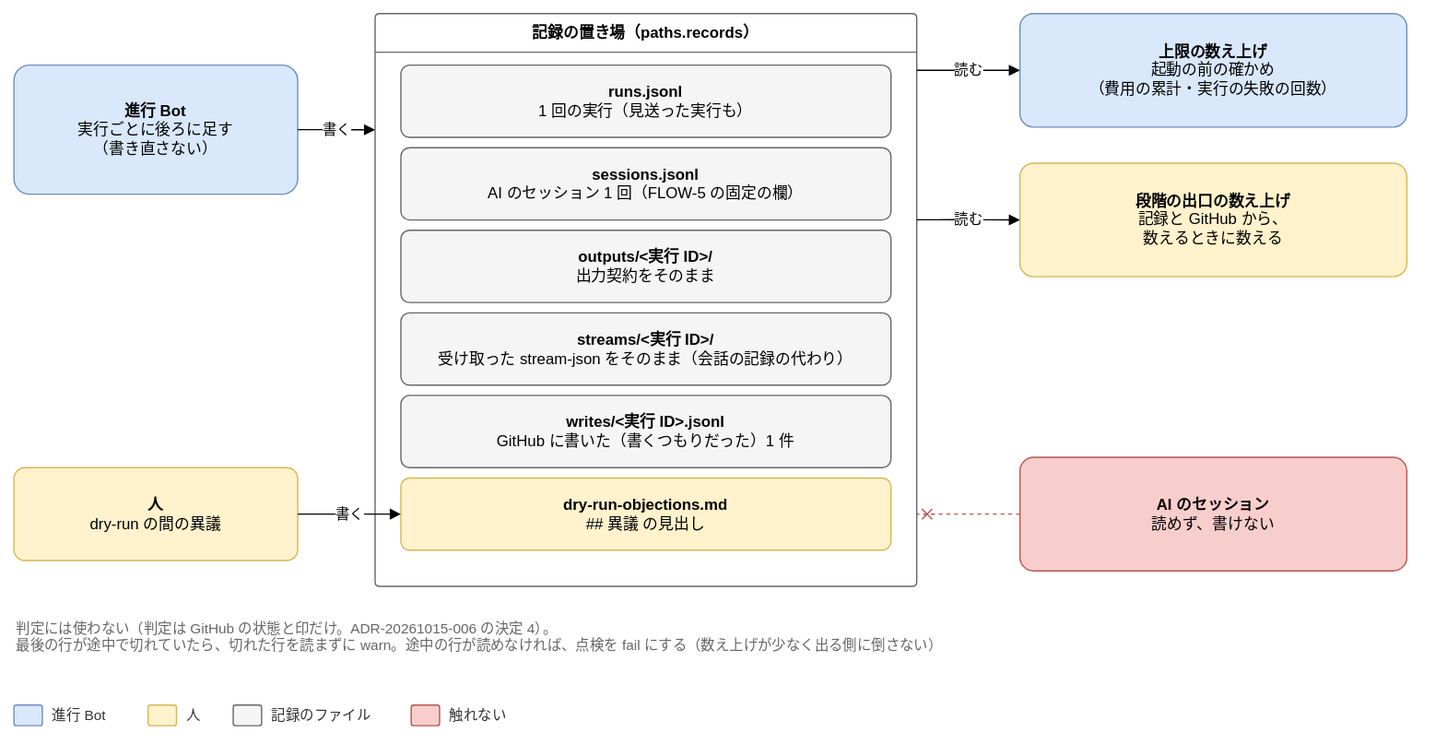
Joymerrevent/dev-autopilot keeps this draw.io diagram as docs/design/basic/diagrams/02-records.drawio.svg. Above is the earlier version. Source tidied: cells renumbered, new cells last; positions are measured from the earlier drawing's top-left corner, leaving out a move shared by most shapes.
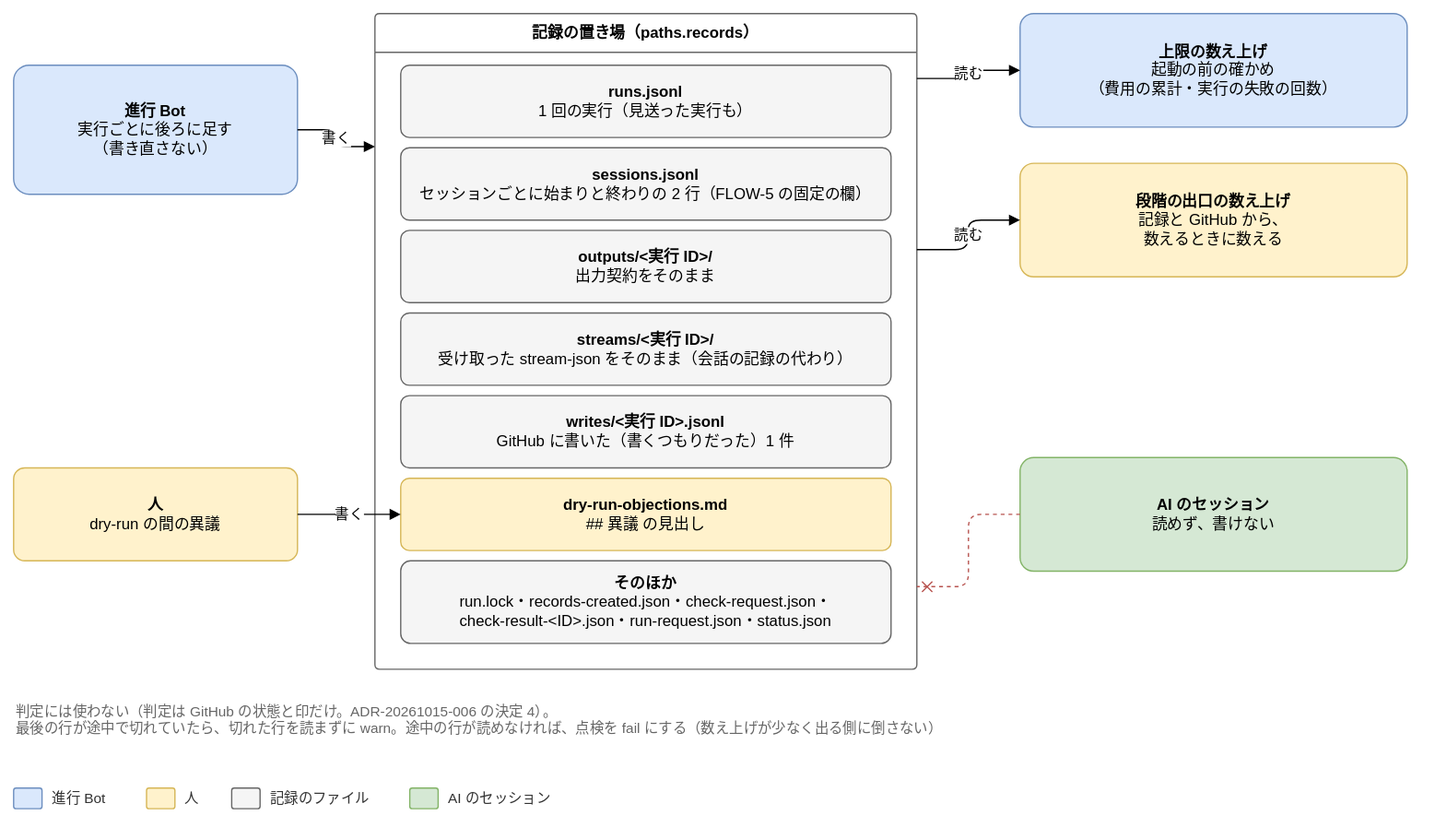
Later version of the same file.

Change to the diagram source:
```diff
@@ -9,12 +9,12 @@
       <mxGeometry y="352" width="220" height="72" as="geometry" />
     </mxCell>
     <mxCell id="4" value="記録の置き場（paths.records）" style="swimlane;startSize=30;html=1;whiteSpace=wrap;rounded=1;arcSize=4;fontStyle=1;fontSize=12;strokeColor=#666666;fillColor=none;swimlaneFillColor=none;" parent="1" vertex="1">
-      <mxGeometry x="280" width="420" height="444" as="geometry" />
+      <mxGeometry x="280" width="420" height="508" as="geometry" />
     </mxCell>
     <mxCell id="5" value="&lt;b&gt;runs.jsonl&lt;/b&gt;&lt;br&gt;1 回の実行（見送った実行も）" style="rounded=1;whiteSpace=wrap;html=1;fontSize=12;arcSize=12;spacing=12;fillColor=#f5f5f5;strokeColor=#666666;" parent="1" vertex="1">
       <mxGeometry x="300" y="40" width="380" height="56" as="geometry" />
     </mxCell>
-    <mxCell id="6" value="&lt;b&gt;sessions.jsonl&lt;/b&gt;&lt;br&gt;AI のセッション 1 回（FLOW-5 の固定の欄）" style="rounded=1;whiteSpace=wrap;html=1;fontSize=12;arcSize=12;spacing=12;fillColor=#f5f5f5;strokeColor=#666666;" parent="1" vertex="1">
+    <mxCell id="6" value="&lt;b&gt;sessions.jsonl&lt;/b&gt;&lt;br&gt;セッションごとに始まりと終わりの 2 行（FLOW-5 の固定の欄）" style="rounded=1;whiteSpace=wrap;html=1;fontSize=12;arcSize=12;spacing=12;fillColor=#f5f5f5;strokeColor=#666666;" parent="1" vertex="1">
       <mxGeometry x="300" y="104" width="380" height="56" as="geometry" />
     </mxCell>
     <mxCell id="7" value="&lt;b&gt;outputs/&amp;lt;実行 ID&amp;gt;/&lt;/b&gt;&lt;br&gt;出力契約をそのまま" style="rounded=1;whiteSpace=wrap;html=1;fontSize=12;arcSize=12;spacing=12;fillColor=#f5f5f5;strokeColor=#666666;" parent="1" vertex="1">
@@ -41,7 +41,7 @@
     <mxCell id="14" value="&lt;b&gt;段階の出口の数え上げ&lt;/b&gt;&lt;br&gt;記録と GitHub から、&lt;br&gt;数えるときに数える" style="rounded=1;whiteSpace=wrap;html=1;fontSize=12;arcSize=12;spacing=12;fillColor=#fff2cc;strokeColor=#d6b656;" parent="1" vertex="1">
       <mxGeometry x="780" y="116" width="300" height="88" as="geometry" />
     </mxCell>
-    <mxCell id="15" value="&lt;b&gt;AI のセッション&lt;/b&gt;&lt;br&gt;読めず、書けない" style="rounded=1;whiteSpace=wrap;html=1;fontSize=12;arcSize=12;spacing=12;fillColor=#f8cecc;strokeColor=#b85450;" parent="1" vertex="1">
+    <mxCell id="15" value="&lt;b&gt;AI のセッション&lt;/b&gt;&lt;br&gt;読めず、書けない" style="rounded=1;whiteSpace=wrap;html=1;fontSize=12;arcSize=12;spacing=12;fillColor=#d5e8d4;strokeColor=#82b366;" parent="1" vertex="1">
       <mxGeometry x="780" y="344" width="300" height="88" as="geometry" />
     </mxCell>
     <mxCell id="16" value="読む" style="edgeStyle=orthogonalEdgeStyle;rounded=1;html=1;endArrow=block;endFill=1;fontSize=11;labelBackgroundColor=#ffffff;exitX=1;exitY=0.099;exitDx=0;exitDy=0;entryX=0;entryY=0.5;entryDx=0;entryDy=0;" parent="1" edge="1" source="4" target="13">
@@ -54,31 +54,34 @@
       <mxGeometry relative="1" as="geometry" />
     </mxCell>
     <mxCell id="19" value="判定には使わない（判定は GitHub の状態と印だけ。ADR-20261015-006 の決定 4）。&lt;br&gt;最後の行が途中で切れていたら、切れた行を読まずに warn。途中の行が読めなければ、点検を fail にする（数え上げが少なく出る側に倒さない）" style="text;html=1;whiteSpace=wrap;align=left;verticalAlign=top;fontSize=11;fontColor=#666666;" parent="1" vertex="1">
-      <mxGeometry y="464" width="1080" height="54" as="geometry" />
+      <mxGeometry y="528" width="1080" height="54" as="geometry" />
     </mxCell>
+    <mxCell id="28" value="&lt;b&gt;そのほか&lt;/b&gt;&lt;br&gt;run.lock・records-created.json・check-request.json・&lt;br&gt;check-result-&amp;lt;ID&amp;gt;.json・run-request.json・status.json" style="rounded=1;whiteSpace=wrap;html=1;fontSize=12;arcSize=12;spacing=12;fillColor=#f5f5f5;strokeColor=#666666;" parent="1" vertex="1">
+      <mxGeometry x="300" y="424" width="380" height="64" as="geometry" />
+    </mxCell>
     <mxCell id="20" style="rounded=1;whiteSpace=wrap;html=1;fontSize=12;arcSize=12;spacing=12;fillColor=#dae8fc;strokeColor=#6c8ebf;" parent="1" vertex="1">
-      <mxGeometry y="536" width="22" height="16" as="geometry" />
+      <mxGeometry y="600" width="22" height="16" as="geometry" />
     </mxCell>
     <mxCell id="21" value="進行 Bot" style="text;html=1;align=left;verticalAlign=middle;fontSize=11;fontColor=#333333;" parent="1" vertex="1">
-      <mxGeometry x="28" y="534" width="60" height="20" as="geometry" />
+      <mxGeometry x="28" y="598" width="59" height="20" as="geometry" />
     </mxCell>
     <mxCell id="22" style="rounded=1;whiteSpace=wrap;html=1;fontSize=12;arcSize=12;spacing=12;fillColor=#fff2cc;strokeColor=#d6b656;" parent="1" vertex="1">
-      <mxGeometry x="104" y="536" width="22" height="16" as="geometry" />
+      <mxGeometry x="103" y="600" width="22" height="16" as="geometry" />
     </mxCell>
     <mxCell id="23" value="人" style="text;html=1;align=left;verticalAlign=middle;fontSize=11;fontColor=#333333;" parent="1" vertex="1">
-      <mxGeometry x="132" y="534" width="22" height="20" as="geometry" />
+      <mxGeometry x="131" y="598" width="22" height="20" as="geometry" />
     </mxCell>
     <mxCell id="24" style="rounded=1;whiteSpace=wrap;html=1;fontSize=12;arcSize=12;spacing=12;fillColor=#f5f5f5;strokeColor=#666666;" parent="1" vertex="1">
-      <mxGeometry x="170" y="536" width="22" height="16" as="geometry" />
+      <mxGeometry x="169" y="600" width="22" height="16" as="geometry" />
     </mxCell>
     <mxCell id="25" value="記録のファイル" style="text;html=1;align=left;verticalAlign=middle;fontSize=11;fontColor=#333333;" parent="1" vertex="1">
-      <mxGeometry x="198" y="534" width="94" height="20" as="geometry" />
+      <mxGeometry x="197" y="598" width="94" height="20" as="geometry" />
     </mxCell>
-    <mxCell id="26" style="rounded=1;whiteSpace=wrap;html=1;fontSize=12;arcSize=12;spacing=12;fillColor=#f8cecc;strokeColor=#b85450;" parent="1" vertex="1">
-      <mxGeometry x="308" y="536" width="22" height="16" as="geometry" />
+    <mxCell id="26" style="rounded=1;whiteSpace=wrap;html=1;fontSize=12;arcSize=12;spacing=12;fillColor=#d5e8d4;strokeColor=#82b366;" parent="1" vertex="1">
+      <mxGeometry x="307" y="600" width="22" height="16" as="geometry" />
     </mxCell>
-    <mxCell id="27" value="触れない" style="text;html=1;align=left;verticalAlign=middle;fontSize=11;fontColor=#333333;" parent="1" vertex="1">
-      <mxGeometry x="336" y="534" width="60" height="20" as="geometry" />
+    <mxCell id="27" value="AI のセッション" style="text;html=1;align=left;verticalAlign=middle;fontSize=11;fontColor=#333333;" parent="1" vertex="1">
+      <mxGeometry x="335" y="598" width="100" height="20" as="geometry" />
     </mxCell>
   </root>
 </mxGraphModel>
```
